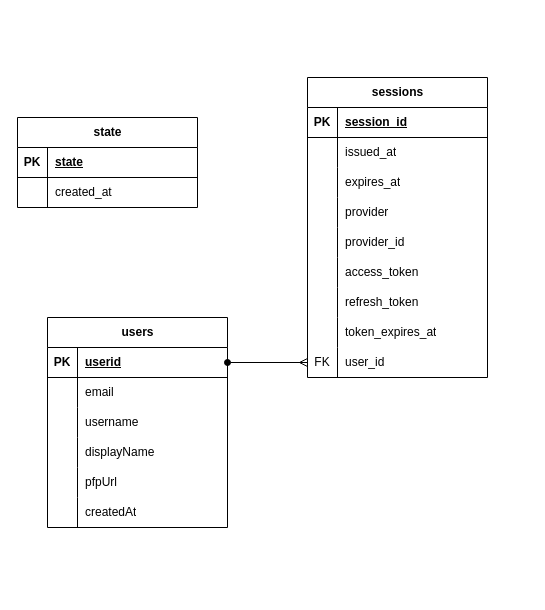
The draw.io diagram bqplusbackend.drawio in BetterSEQTA/bqwebsite-backend, before the edit. Source tidied: cells renumbered, new cells numbered last; positions are measured from the earlier drawing's top-left corner, leaving out a move shared by most shapes. Both pictures are drawn from the tidied source at 100%, with x=0, y=0 at pixel (17, 77).
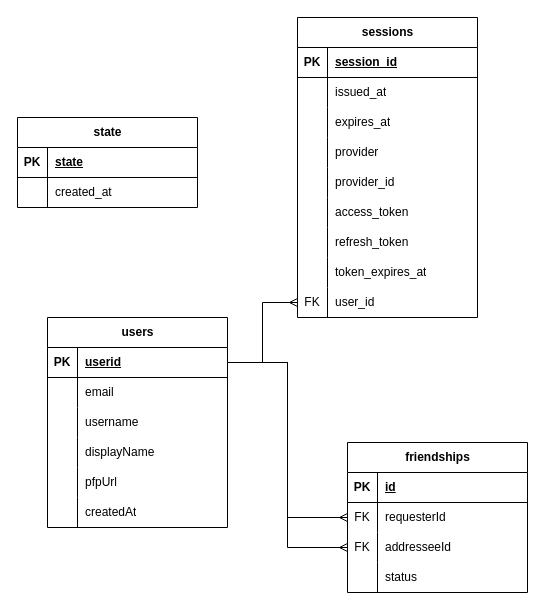
The same page after the edit.

The change refers to these unchanged cells:
```xml
<mxCell id="3" style="shape=tableRow;horizontal=0;startSize=0;swimlaneHead=0;swimlaneBody=0;fillColor=none;points=[[0,0.5],[1,0.5]];portConstraint=eastwest;top=0;left=0;right=0;bottom=1;" parent="2" vertex="1">
  <mxGeometry y="30" width="180" height="30" as="geometry" />
</mxCell>
<mxCell id="46" style="shape=tableRow;horizontal=0;startSize=0;swimlaneHead=0;swimlaneBody=0;fillColor=none;points=[[0,0.5],[1,0.5]];portConstraint=eastwest;top=0;left=0;right=0;bottom=0;" parent="21" vertex="1">
  <mxGeometry y="270" width="180" height="30" as="geometry" />
</mxCell>
```

The edit, as a diff of the source:
```diff
@@
     <mxCell id="21" value="sessions" style="shape=table;startSize=30;childLayout=tableLayout;rowLines=0;fontStyle=1;align=center;html=1;" parent="1" vertex="1">
-      <mxGeometry x="290" width="180" height="300" as="geometry" />
+      <mxGeometry x="280" y="-60" width="180" height="300" as="geometry" />
     </mxCell>
@@
-    <mxCell id="49" style="edgeStyle=orthogonalEdgeStyle;rounded=0;jettySize=auto;html=1;entryX=0;entryY=0.5;entryDx=0;entryDy=0;startArrow=oval;startFill=1;endArrow=ERmany;endFill=0;" parent="1" edge="1" source="3" target="46">
+    <mxCell id="49" style="edgeStyle=orthogonalEdgeStyle;rounded=0;jettySize=auto;html=1;entryX=0;entryY=0.5;entryDx=0;entryDy=0;startArrow=none;startFill=0;endArrow=ERmany;endFill=0;" parent="1" edge="1" source="3" target="46">
       <mxGeometry relative="1" as="geometry" />
     </mxCell>
@@
+    <mxCell id="57" value="friendships" style="shape=table;startSize=30;childLayout=tableLayout;rowLines=0;fontStyle=1;align=center;html=1;" parent="1" vertex="1">
+      <mxGeometry x="330" y="365" width="180" height="150" as="geometry" />
+    </mxCell>
+    <mxCell id="58" style="shape=tableRow;horizontal=0;startSize=0;swimlaneHead=0;swimlaneBody=0;fillColor=none;top=0;left=0;right=0;bottom=1;" parent="57" vertex="1">
+      <mxGeometry y="30" width="180" height="30" as="geometry" />
+    </mxCell>
+    <mxCell id="59" value="PK" style="shape=partialRectangle;fillColor=none;top=0;left=0;bottom=0;right=0;fontStyle=1;overflow=hidden;whiteSpace=wrap;html=1;" parent="58" vertex="1">
+      <mxGeometry width="30" height="30" as="geometry" />
+    </mxCell>
+    <mxCell id="60" value="id" style="shape=partialRectangle;fillColor=none;top=0;left=0;bottom=0;right=0;align=left;spacingLeft=6;fontStyle=5;overflow=hidden;whiteSpace=wrap;html=1;" parent="58" vertex="1">
+      <mxGeometry x="30" width="150" height="30" as="geometry" />
+    </mxCell>
+    <mxCell id="61" style="shape=tableRow;horizontal=0;startSize=0;swimlaneHead=0;swimlaneBody=0;fillColor=none;points=[[0,0.5],[1,0.5]];portConstraint=eastwest;top=0;left=0;right=0;bottom=0;" parent="57" vertex="1">
+      <mxGeometry y="60" width="180" height="30" as="geometry" />
+    </mxCell>
+    <mxCell id="62" value="FK" style="shape=partialRectangle;fillColor=none;top=0;left=0;bottom=0;right=0;overflow=hidden;whiteSpace=wrap;html=1;" parent="61" vertex="1">
+      <mxGeometry width="30" height="30" as="geometry" />
+    </mxCell>
+    <mxCell id="63" value="requesterId" style="shape=partialRectangle;fillColor=none;top=0;left=0;bottom=0;right=0;align=left;spacingLeft=6;overflow=hidden;whiteSpace=wrap;html=1;" parent="61" vertex="1">
+      <mxGeometry x="30" width="150" height="30" as="geometry" />
+    </mxCell>
+    <mxCell id="64" style="shape=tableRow;horizontal=0;startSize=0;swimlaneHead=0;swimlaneBody=0;fillColor=none;points=[[0,0.5],[1,0.5]];portConstraint=eastwest;top=0;left=0;right=0;bottom=0;" parent="57" vertex="1">
+      <mxGeometry y="90" width="180" height="30" as="geometry" />
+    </mxCell>
+    <mxCell id="65" value="FK" style="shape=partialRectangle;fillColor=none;top=0;left=0;bottom=0;right=0;overflow=hidden;whiteSpace=wrap;html=1;" parent="64" vertex="1">
+      <mxGeometry width="30" height="30" as="geometry" />
+    </mxCell>
+    <mxCell id="66" value="addresseeId" style="shape=partialRectangle;fillColor=none;top=0;left=0;bottom=0;right=0;align=left;spacingLeft=6;overflow=hidden;whiteSpace=wrap;html=1;" parent="64" vertex="1">
+      <mxGeometry x="30" width="150" height="30" as="geometry" />
+    </mxCell>
+    <mxCell id="67" style="shape=tableRow;horizontal=0;startSize=0;swimlaneHead=0;swimlaneBody=0;fillColor=none;top=0;left=0;right=0;bottom=0;" parent="57" vertex="1">
+      <mxGeometry y="120" width="180" height="30" as="geometry" />
+    </mxCell>
+    <mxCell id="68" style="shape=partialRectangle;fillColor=none;top=0;left=0;bottom=0;right=0;overflow=hidden;whiteSpace=wrap;html=1;" parent="67" vertex="1">
+      <mxGeometry width="30" height="30" as="geometry" />
+    </mxCell>
+    <mxCell id="69" value="status" style="shape=partialRectangle;fillColor=none;top=0;left=0;bottom=0;right=0;align=left;spacingLeft=6;overflow=hidden;whiteSpace=wrap;html=1;" parent="67" vertex="1">
+      <mxGeometry x="30" width="150" height="30" as="geometry" />
+    </mxCell>
+    <mxCell id="70" style="edgeStyle=orthogonalEdgeStyle;rounded=0;jettySize=auto;html=1;entryX=0;entryY=0.5;entryDx=0;entryDy=0;startArrow=none;startFill=0;endArrow=ERmany;endFill=0;" parent="1" edge="1" source="3" target="61">
+      <mxGeometry relative="1" as="geometry" />
+    </mxCell>
+    <mxCell id="71" style="edgeStyle=orthogonalEdgeStyle;rounded=0;jettySize=auto;html=1;entryX=0;entryY=0.5;entryDx=0;entryDy=0;startArrow=none;startFill=0;endArrow=ERmany;endFill=0;" parent="1" edge="1" source="3" target="64">
+      <mxGeometry relative="1" as="geometry" />
+    </mxCell>
```
